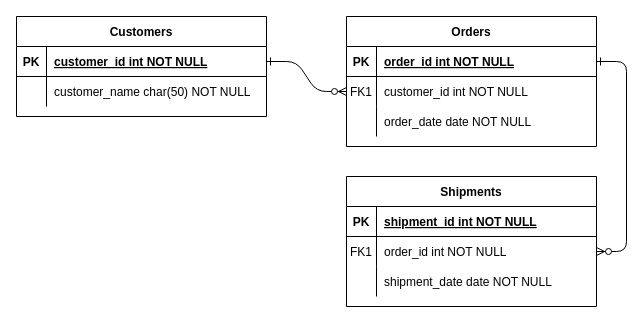
Before: Untitled Diagram.drawio in GustavErikson95/LibraryDatabase, a draw.io diagram. Source tidied: cells renumbered, new cells numbered last; positions are measured from the earlier drawing's top-left corner, leaving out a move shared by most shapes. Both pictures are drawn from the tidied source at 100%, with x=0, y=0 at pixel (16, 16).
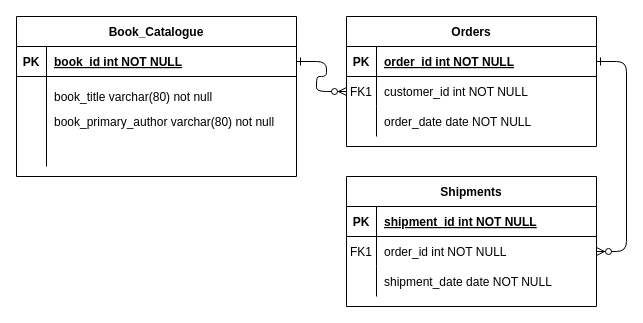
The same diagram, later.

Commit message:
Library Diagram

Diff of the diagram source:
```diff
@@
-    <mxCell id="24" value="Customers" style="shape=table;startSize=30;childLayout=tableLayout;rowLines=0;fontStyle=1;align=center;" parent="1" vertex="1">
-      <mxGeometry width="250" height="100" as="geometry" />
+    <mxCell id="24" value="Book_Catalogue" style="shape=table;startSize=30;childLayout=tableLayout;rowLines=0;fontStyle=1;align=center;" parent="1" vertex="1">
+      <mxGeometry width="280" height="160" as="geometry" />
     </mxCell>
     <mxCell id="25" style="shape=partialRectangle;fillColor=none;points=[[0,0.5],[1,0.5]];portConstraint=eastwest;top=0;left=0;right=0;bottom=1;" parent="24" vertex="1">
-      <mxGeometry y="30" width="250" height="30" as="geometry" />
+      <mxGeometry y="30" width="280" height="30" as="geometry" />
     </mxCell>
@@
-    <mxCell id="27" value="customer_id int NOT NULL " style="shape=partialRectangle;overflow=hidden;fillColor=none;top=0;left=0;bottom=0;right=0;align=left;spacingLeft=6;fontStyle=5;" parent="25" vertex="1">
-      <mxGeometry x="30" width="220" height="30" as="geometry" />
+    <mxCell id="27" value="book_id int NOT NULL " style="shape=partialRectangle;overflow=hidden;fillColor=none;top=0;left=0;bottom=0;right=0;align=left;spacingLeft=6;fontStyle=5;" parent="25" vertex="1">
+      <mxGeometry x="30" width="250" height="30" as="geometry" />
     </mxCell>
     <mxCell id="28" style="shape=partialRectangle;fillColor=none;top=0;left=0;right=0;bottom=0;" parent="24" vertex="1">
-      <mxGeometry y="60" width="250" height="30" as="geometry" />
+      <mxGeometry y="60" width="280" height="90" as="geometry" />
     </mxCell>
     <mxCell id="29" style="shape=partialRectangle;overflow=hidden;fillColor=none;top=0;left=0;bottom=0;right=0;" parent="28" vertex="1">
-      <mxGeometry width="30" height="30" as="geometry" />
+      <mxGeometry width="30" height="90" as="geometry" />
     </mxCell>
-    <mxCell id="30" value="customer_name char(50) NOT NULL" style="shape=partialRectangle;overflow=hidden;fillColor=none;top=0;left=0;bottom=0;right=0;align=left;spacingLeft=6;" parent="28" vertex="1">
-      <mxGeometry x="30" width="220" height="30" as="geometry" />
+    <mxCell id="30" style="shape=partialRectangle;overflow=hidden;fillColor=none;top=0;left=0;bottom=0;right=0;align=left;spacingLeft=6;" parent="28" vertex="1">
+      <mxGeometry x="30" width="250" height="90" as="geometry" />
     </mxCell>
+    <mxCell id="31" value="book_title varchar(80) not null" style="shape=partialRectangle;overflow=hidden;fillColor=none;top=0;left=0;bottom=0;right=0;align=left;spacingLeft=6;" parent="1" vertex="1">
+      <mxGeometry x="30" y="65" width="220" height="30" as="geometry" />
+    </mxCell>
+    <mxCell id="32" value="book_primary_author varchar(80) not null" style="shape=partialRectangle;overflow=hidden;fillColor=none;top=0;left=0;bottom=0;right=0;align=left;spacingLeft=6;" parent="1" vertex="1">
+      <mxGeometry x="30" y="90" width="240" height="30" as="geometry" />
+    </mxCell>
```
